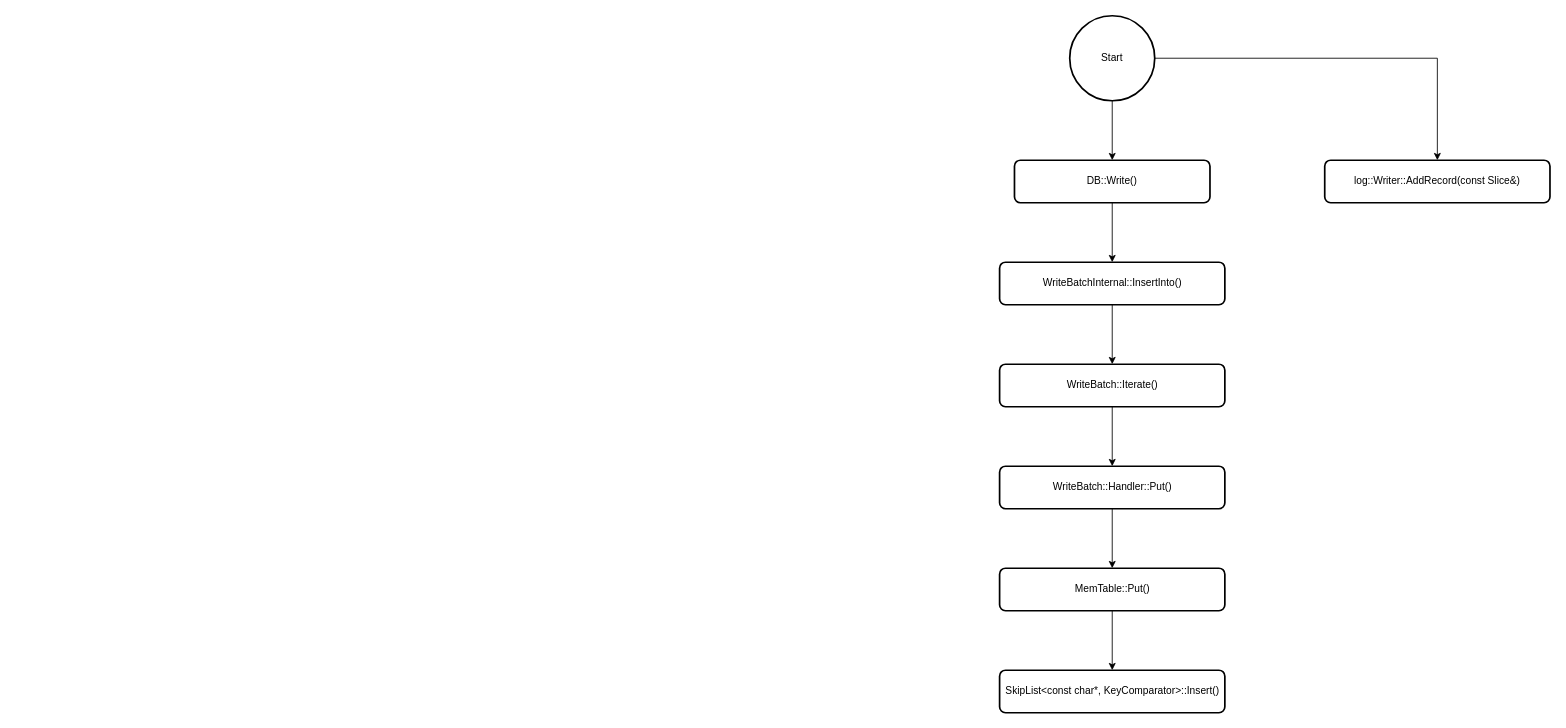
zll600/pictures keeps this draw.io diagram as leveldb/leveldb_write.drawio. Above is the earlier version. Source tidied: cells renumbered, new cells numbered last; positions are measured from the earlier drawing's top-left corner, leaving out a move shared by most shapes. Both pictures are drawn from the tidied source at 85%, with x=0, y=0 at pixel (1000, 15).
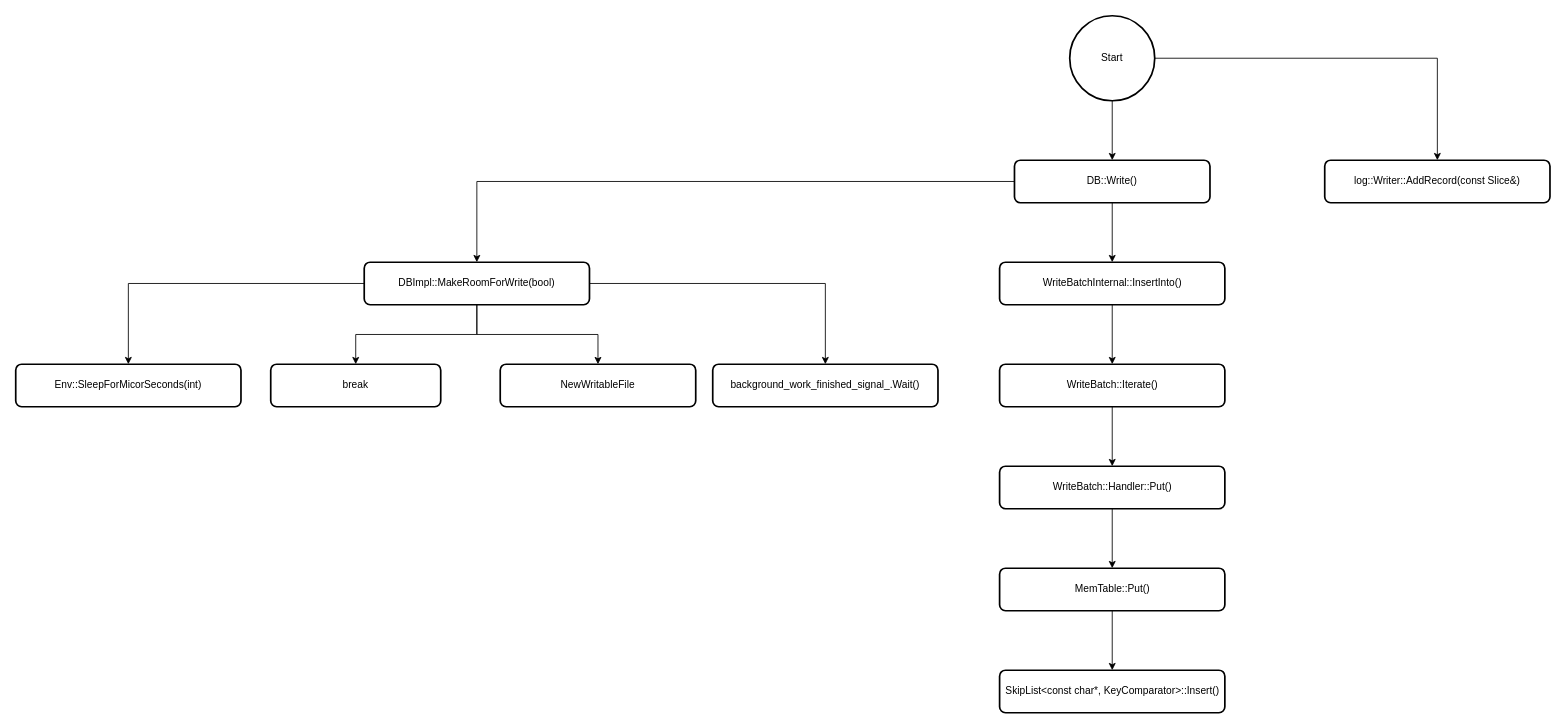
The same diagram, later.

The change refers to these unchanged cells:
```xml
<mxCell id="6" value="DB::Write()" style="rounded=1;whiteSpace=wrap;html=1;absoluteArcSize=1;arcSize=14;strokeWidth=2;" parent="1" vertex="1">
  <mxGeometry x="17" y="170" width="230" height="50" as="geometry" />
</mxCell>
```

The edit, as a diff of the source:
```diff
@@
+    <mxCell id="17" style="edgeStyle=orthogonalEdgeStyle;rounded=0;jettySize=auto;html=1;" parent="1" edge="1" source="6" target="22">
+      <mxGeometry relative="1" as="geometry" />
+    </mxCell>
@@
+    <mxCell id="18" style="edgeStyle=orthogonalEdgeStyle;rounded=0;jettySize=auto;html=1;" parent="1" edge="1" source="22" target="23">
+      <mxGeometry relative="1" as="geometry" />
+    </mxCell>
+    <mxCell id="19" style="edgeStyle=orthogonalEdgeStyle;rounded=0;jettySize=auto;html=1;" parent="1" edge="1" source="22" target="24">
+      <mxGeometry relative="1" as="geometry" />
+    </mxCell>
+    <mxCell id="20" style="edgeStyle=orthogonalEdgeStyle;rounded=0;jettySize=auto;html=1;" parent="1" edge="1" source="22" target="25">
+      <mxGeometry relative="1" as="geometry" />
+    </mxCell>
+    <mxCell id="21" style="edgeStyle=orthogonalEdgeStyle;rounded=0;jettySize=auto;html=1;" parent="1" edge="1" source="22" target="26">
+      <mxGeometry relative="1" as="geometry" />
+    </mxCell>
+    <mxCell id="22" value="DBImpl::MakeRoomForWrite(bool)" style="rounded=1;whiteSpace=wrap;html=1;absoluteArcSize=1;arcSize=14;strokeWidth=2;" parent="1" vertex="1">
+      <mxGeometry x="-748" y="290" width="265" height="50" as="geometry" />
+    </mxCell>
+    <mxCell id="23" value="Env::SleepForMicorSeconds(int)" style="rounded=1;whiteSpace=wrap;html=1;absoluteArcSize=1;arcSize=14;strokeWidth=2;" parent="1" vertex="1">
+      <mxGeometry x="-1158" y="410" width="265" height="50" as="geometry" />
+    </mxCell>
+    <mxCell id="24" value="break" style="rounded=1;whiteSpace=wrap;html=1;absoluteArcSize=1;arcSize=14;strokeWidth=2;" parent="1" vertex="1">
+      <mxGeometry x="-858" y="410" width="200" height="50" as="geometry" />
+    </mxCell>
+    <mxCell id="25" value="background_work_finished_signal_.Wait()" style="rounded=1;whiteSpace=wrap;html=1;absoluteArcSize=1;arcSize=14;strokeWidth=2;" parent="1" vertex="1">
+      <mxGeometry x="-338" y="410" width="265" height="50" as="geometry" />
+    </mxCell>
+    <mxCell id="26" value="NewWritableFile" style="rounded=1;whiteSpace=wrap;html=1;absoluteArcSize=1;arcSize=14;strokeWidth=2;" parent="1" vertex="1">
+      <mxGeometry x="-588" y="410" width="230" height="50" as="geometry" />
+    </mxCell>
```
